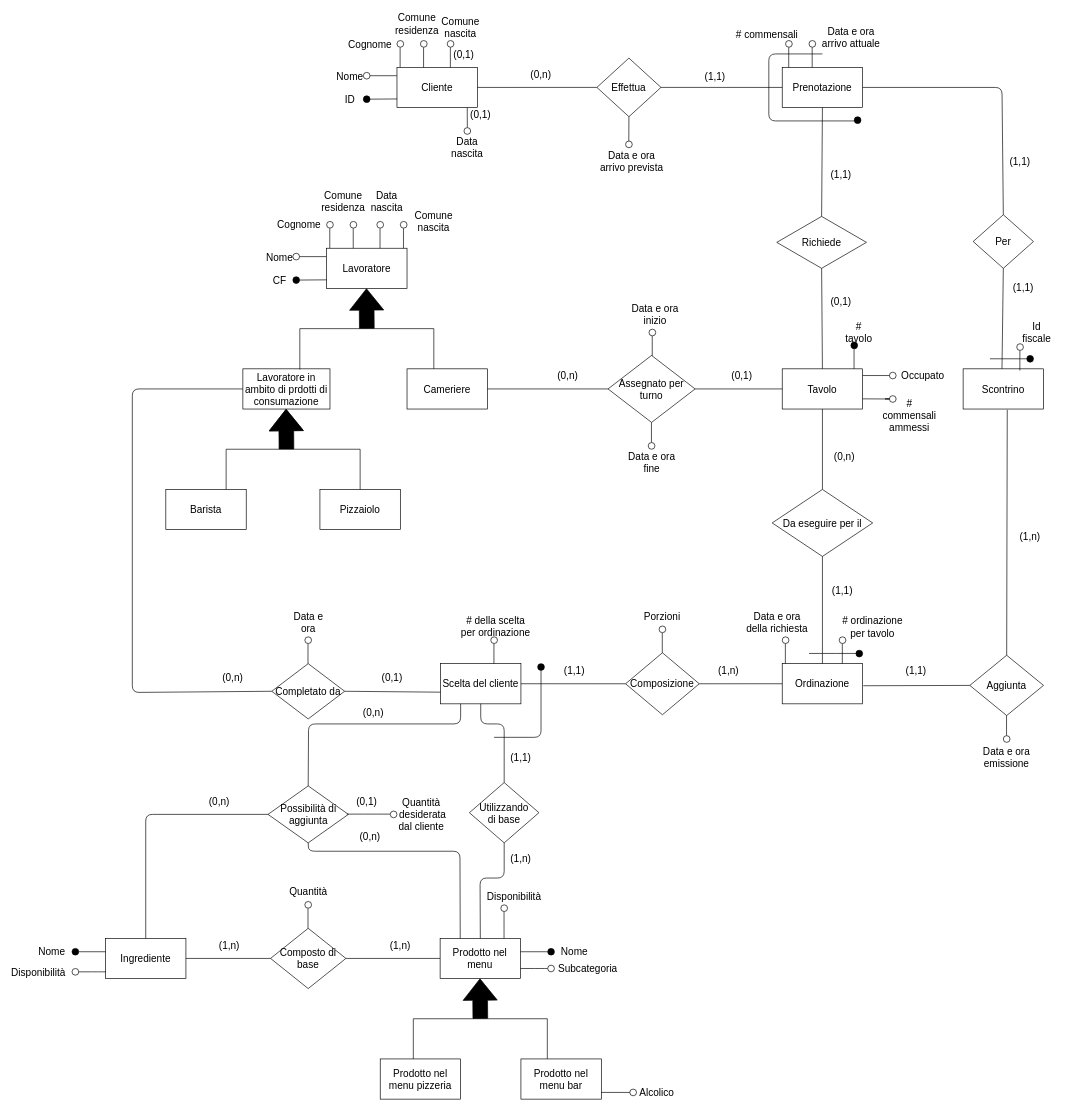
StefanoBelli/pizzeria keeps this draw.io diagram as ERD/ERD_EditableDiagram.drawio. Above is the earlier version. Source tidied: cells renumbered, new cells numbered last; positions are measured from the earlier drawing's top-left corner, leaving out a move shared by most shapes. Both pictures are drawn from the tidied source at 67%, with x=0, y=0 at pixel (25, 17).
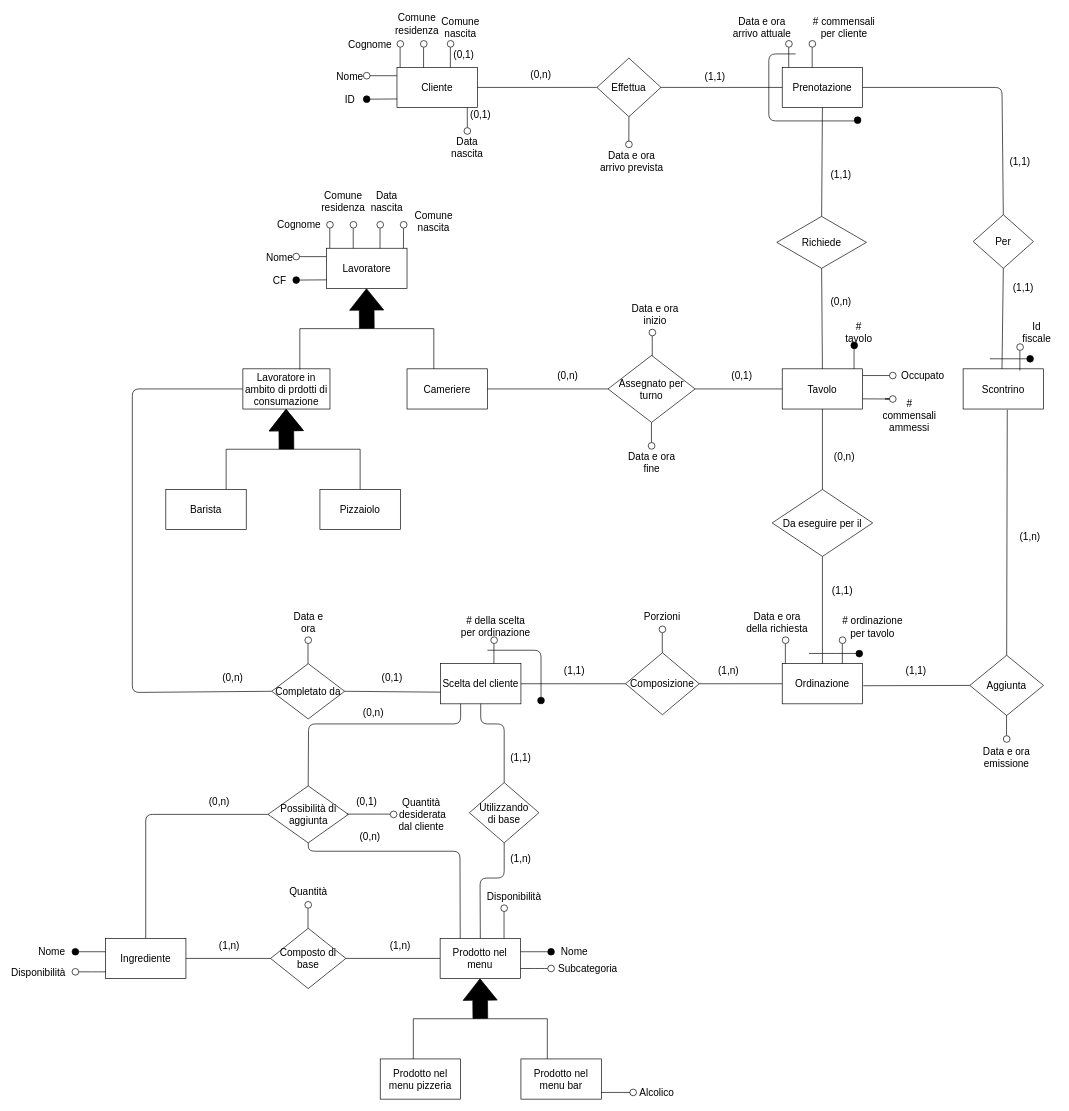
Above is the later version.

Commit message:
Update ERD_EditableDiagram.drawio (performing quality checks)

Diff of the diagram source:
```diff
@@
-    <mxCell id="83" value="# commensali" style="text;html=1;strokeColor=none;fillColor=none;align=center;verticalAlign=middle;whiteSpace=wrap;rounded=0;fontSize=15;" parent="1" vertex="1">
-      <mxGeometry x="1060" y="15" width="95" height="20" as="geometry" />
+    <mxCell id="83" value="# commensali per cliente" style="text;html=1;strokeColor=none;fillColor=none;align=center;verticalAlign=middle;whiteSpace=wrap;rounded=0;fontSize=15;" parent="1" vertex="1">
+      <mxGeometry x="1170" y="5" width="105" height="20" as="geometry" />
     </mxCell>
@@
     <mxCell id="86" value="Data e ora arrivo attuale" style="text;html=1;strokeColor=none;fillColor=none;align=center;verticalAlign=middle;whiteSpace=wrap;rounded=0;fontSize=15;" parent="1" vertex="1">
-      <mxGeometry x="1182.5" y="20" width="100" height="20" as="geometry" />
+      <mxGeometry x="1050" y="5" width="100" height="20" as="geometry" />
     </mxCell>
@@
     <mxCell id="142" style="endArrow=none;html=1;fillColor=#000000;" parent="1" edge="1">
       <mxGeometry relative="1" as="geometry">
         <mxPoint x="1238" y="155" as="sourcePoint" />
-        <mxPoint x="1190" y="55" as="targetPoint" />
+        <mxPoint x="1150" y="55" as="targetPoint" />
         <Array as="points">
           <mxPoint x="1110" y="155" />
           <mxPoint x="1110" y="55" />
         </Array>
       </mxGeometry>
     </mxCell>
@@
     <mxCell id="163" style="endArrow=none;html=1;fillColor=#000000;fontSize=15;" parent="1" edge="1">
       <mxGeometry relative="1" as="geometry">
-        <mxPoint x="700" y="1075" as="sourcePoint" />
-        <mxPoint x="770" y="970" as="targetPoint" />
+        <mxPoint x="690" y="945" as="sourcePoint" />
+        <mxPoint x="770" y="1015" as="targetPoint" />
         <Array as="points">
-          <mxPoint x="770" y="1075" />
+          <mxPoint x="770" y="945" />
         </Array>
       </mxGeometry>
     </mxCell>
     <mxCell id="164" style="ellipse;whiteSpace=wrap;html=1;fillColor=#000000;fontSize=15;" parent="1" vertex="1">
-      <mxGeometry x="765" y="965" width="10" height="10" as="geometry" />
+      <mxGeometry x="765" y="1015" width="10" height="10" as="geometry" />
     </mxCell>
@@
-    <mxCell id="184" value="(0,1)" style="text;html=1;strokeColor=none;fillColor=none;align=center;verticalAlign=middle;whiteSpace=wrap;rounded=0;fontSize=15;" parent="1" vertex="1">
+    <mxCell id="184" value="(0,n)" style="text;html=1;strokeColor=none;fillColor=none;align=center;verticalAlign=middle;whiteSpace=wrap;rounded=0;fontSize=15;" parent="1" vertex="1">
       <mxGeometry x="1197.5" y="414.2" width="40" height="20" as="geometry" />
     </mxCell>
```
